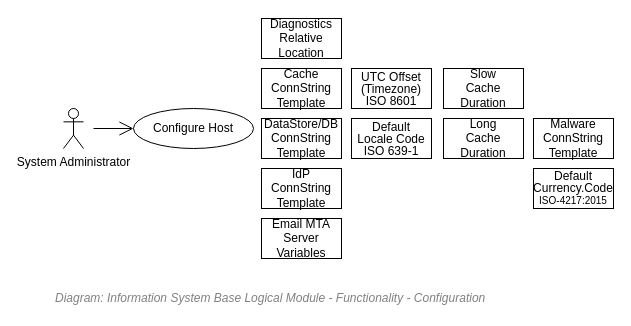
The draw.io diagram 43.Functionality View/Functionality View - Functions Configuration Integration.drawio in skysgh/System.Design.Resources.Service, before the edit. Source tidied: cells renumbered, new cells numbered last; positions are measured from the earlier drawing's top-left corner, leaving out a move shared by most shapes. Both pictures are drawn from the tidied source at 100%, with x=0, y=0 at pixel (53, 18).
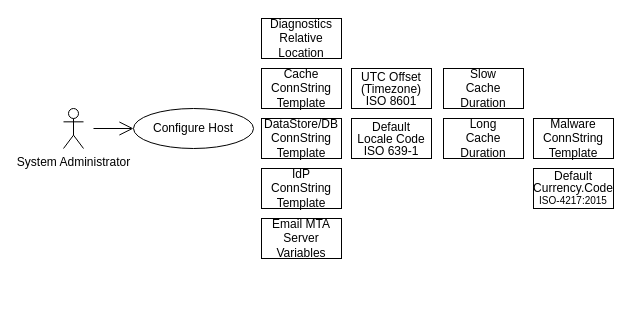
Above is the later version.

Change to the diagram source:
```diff
@@
 <mxGraphModel>
   <root>
     <mxCell id="0" />
     <mxCell id="1" parent="0" />
     <mxCell id="2" value="&lt;p style=&quot;line-height: 100%&quot;&gt;Default &lt;br style=&quot;font-size: 12px&quot;&gt;Locale Code&lt;br&gt;ISO 639-1&lt;/p&gt;" style="rounded=0;whiteSpace=wrap;html=1;fontFamily=Helvetica;fontSize=12;fontColor=#000000;align=center;strokeColor=#000000;strokeWidth=1;gradientColor=#ffffff;" parent="1" vertex="1">
       <mxGeometry x="298" y="100" width="80" height="40" as="geometry" />
     </mxCell>
     <mxCell id="3" value="&lt;p style=&quot;line-height: 100%&quot;&gt;UTC Offset&lt;br style=&quot;font-size: 12px&quot;&gt;(Timezone)&lt;br&gt;ISO 8601&lt;br&gt;&lt;/p&gt;" style="rounded=0;whiteSpace=wrap;html=1;fontFamily=Helvetica;fontSize=12;fontColor=#000000;align=center;strokeColor=#000000;strokeWidth=1;gradientColor=#ffffff;" parent="1" vertex="1">
       <mxGeometry x="298" y="50" width="80" height="40" as="geometry" />
     </mxCell>
     <mxCell id="4" value="Slow&lt;br style=&quot;font-size: 12px;&quot;&gt;Cache Duration" style="rounded=0;whiteSpace=wrap;html=1;fontFamily=Helvetica;fontSize=12;fontColor=#000000;align=center;strokeColor=#000000;strokeWidth=1;gradientColor=#ffffff;" parent="1" vertex="1">
       <mxGeometry x="390" y="50" width="80" height="40" as="geometry" />
     </mxCell>
     <mxCell id="5" value="Long&lt;br style=&quot;font-size: 12px;&quot;&gt;Cache Duration" style="rounded=0;whiteSpace=wrap;html=1;fontFamily=Helvetica;fontSize=12;fontColor=#000000;align=center;strokeColor=#000000;strokeWidth=1;gradientColor=#ffffff;" parent="1" vertex="1">
       <mxGeometry x="390" y="100" width="80" height="40" as="geometry" />
     </mxCell>
     <mxCell id="6" value="Cache&lt;br&gt;ConnString&lt;br&gt;Template" style="rounded=0;whiteSpace=wrap;html=1;fontFamily=Helvetica;fontSize=12;fontColor=#000000;align=center;strokeColor=#000000;strokeWidth=1;gradientColor=#ffffff;" parent="1" vertex="1">
       <mxGeometry x="208" y="50" width="80" height="40" as="geometry" />
     </mxCell>
     <mxCell id="7" value="DataStore/DB ConnString&lt;br&gt;Template" style="rounded=0;whiteSpace=wrap;html=1;fontFamily=Helvetica;fontSize=12;fontColor=#000000;align=center;strokeColor=#000000;strokeWidth=1;gradientColor=#ffffff;" parent="1" vertex="1">
       <mxGeometry x="208" y="100" width="80" height="40" as="geometry" />
     </mxCell>
     <mxCell id="8" value="IdP ConnString&lt;br&gt;Template" style="rounded=0;whiteSpace=wrap;html=1;fontFamily=Helvetica;fontSize=12;fontColor=#000000;align=center;strokeColor=#000000;strokeWidth=1;gradientColor=#ffffff;" parent="1" vertex="1">
       <mxGeometry x="208" y="150" width="80" height="40" as="geometry" />
     </mxCell>
     <mxCell id="9" value="Email MTA Server&lt;br&gt;Variables" style="rounded=0;whiteSpace=wrap;html=1;fontFamily=Helvetica;fontSize=12;fontColor=#000000;align=center;strokeColor=#000000;strokeWidth=1;gradientColor=#ffffff;" parent="1" vertex="1">
       <mxGeometry x="208" y="200" width="80" height="40" as="geometry" />
     </mxCell>
     <mxCell id="10" value="Malware ConnString&lt;br&gt;Template" style="rounded=0;whiteSpace=wrap;html=1;fontFamily=Helvetica;fontSize=12;fontColor=#000000;align=center;strokeColor=#000000;strokeWidth=1;gradientColor=#ffffff;" parent="1" vertex="1">
       <mxGeometry x="480" y="100" width="80" height="40" as="geometry" />
     </mxCell>
     <mxCell id="11" value="&lt;p style=&quot;line-height: 100%&quot;&gt;Default &lt;br style=&quot;font-size: 12px&quot;&gt;Currency.Code&lt;br&gt;&lt;font style=&quot;font-size: 10px&quot;&gt;ISO-4217:2015&lt;/font&gt;&lt;/p&gt;" style="rounded=0;whiteSpace=wrap;html=1;fontFamily=Helvetica;fontSize=12;fontColor=#000000;align=center;strokeColor=#000000;strokeWidth=1;gradientColor=#ffffff;" parent="1" vertex="1">
       <mxGeometry x="480" y="150" width="80" height="40" as="geometry" />
     </mxCell>
     <mxCell id="12" value="Diagnostics&lt;br&gt;Relative Location" style="rounded=0;whiteSpace=wrap;html=1;fontFamily=Helvetica;fontSize=12;fontColor=#000000;align=center;strokeColor=#000000;strokeWidth=1;gradientColor=#ffffff;" parent="1" vertex="1">
       <mxGeometry x="208" width="80" height="40" as="geometry" />
     </mxCell>
     <mxCell id="13" value="&lt;font style=&quot;font-size: 12px&quot;&gt;System Administrator&lt;/font&gt;" style="shape=umlActor;verticalLabelPosition=bottom;labelBackgroundColor=#ffffff;verticalAlign=top;html=1;comic=0;strokeColor=#000000;strokeWidth=1;fillColor=none;gradientColor=#ffffff;fontSize=10;align=center;" parent="1" vertex="1">
       <mxGeometry x="10" y="90" width="20" height="40" as="geometry" />
     </mxCell>
     <mxCell id="14" style="endArrow=open;endFill=1;endSize=12;html=1;strokeColor=#000000;fontSize=10;entryX=0;entryY=0.5;entryDx=0;entryDy=0;" parent="1" edge="1" target="15">
       <mxGeometry relative="1" as="geometry">
         <mxPoint x="40" y="110" as="sourcePoint" />
       </mxGeometry>
     </mxCell>
     <mxCell id="15" value="Configure Host" style="ellipse;whiteSpace=wrap;html=1;comic=1;strokeColor=#000000;strokeWidth=1;fillColor=none;gradientColor=#ffffff;fontSize=12;align=center;" parent="1" vertex="1">
       <mxGeometry x="80" y="90" width="120" height="40" as="geometry" />
     </mxCell>
-    <mxCell id="16" value="&lt;font style=&quot;font-size: 12px&quot;&gt;&lt;span&gt;Diagram: Information&amp;nbsp;&lt;/span&gt;System Base&amp;nbsp;&lt;span&gt;Logical Module -&amp;nbsp;&lt;/span&gt;&lt;span&gt;Functionality -&amp;nbsp;&lt;/span&gt;Configuration&lt;/font&gt;" style="text;strokeColor=none;fillColor=none;html=1;fontSize=10;fontStyle=2;verticalAlign=middle;align=left;shadow=0;glass=0;comic=0;opacity=30;fontColor=#808080;" parent="1" vertex="1">
-      <mxGeometry y="270" width="520" height="20" as="geometry" />
-    </mxCell>
   </root>
 </mxGraphModel>
```
